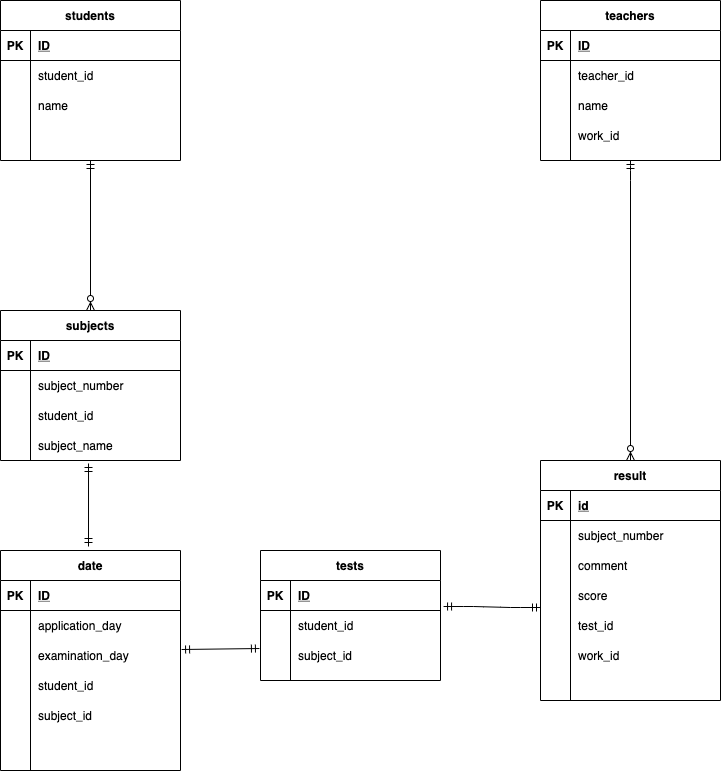
Above: index.drawio.png in mkiim/ERD (draw.io), before the change. Source tidied: cells renumbered, new cells last; positions are measured from the earlier drawing's top-left corner, leaving out a move shared by most shapes.
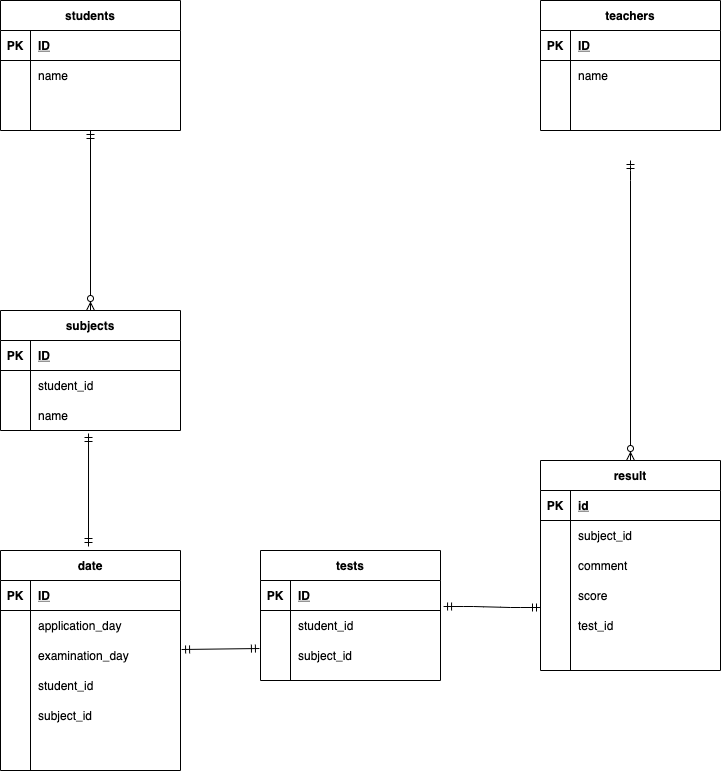
Later version of the same file.

What changed in the source:
```diff
@@ -3,7 +3,7 @@
     <mxCell id="0" />
     <mxCell id="1" parent="0" />
     <mxCell id="2" value="students" style="shape=table;startSize=30;rowLines=0;fontStyle=1;align=center;" parent="1" vertex="1">
-      <mxGeometry width="180" height="160" as="geometry" />
+      <mxGeometry width="180" height="130" as="geometry" />
     </mxCell>
     <mxCell id="3" style="shape=partialRectangle;fillColor=none;top=0;left=0;bottom=1;right=0;" parent="2" vertex="1">
       <mxGeometry y="30" width="180" height="30" as="geometry" />
@@ -14,17 +14,8 @@
     <mxCell id="5" value="ID" style="shape=partialRectangle;fillColor=none;top=0;left=0;bottom=0;right=0;align=left;spacingLeft=6;fontStyle=5;overflow=hidden;" parent="3" vertex="1">
       <mxGeometry x="30" width="150" height="30" as="geometry" />
     </mxCell>
-    <mxCell id="6" style="shape=partialRectangle;fillColor=none;top=0;left=0;bottom=0;right=0;" parent="2" vertex="1">
-      <mxGeometry y="60" width="180" height="30" as="geometry" />
-    </mxCell>
-    <mxCell id="7" style="shape=partialRectangle;fillColor=none;top=0;left=0;bottom=0;right=0;overflow=hidden;" parent="6" vertex="1">
-      <mxGeometry width="30" height="30" as="geometry" />
-    </mxCell>
-    <mxCell id="8" value="student_id" style="shape=partialRectangle;fillColor=none;top=0;left=0;bottom=0;right=0;align=left;spacingLeft=6;overflow=hidden;" parent="6" vertex="1">
-      <mxGeometry x="30" width="150" height="30" as="geometry" />
-    </mxCell>
     <mxCell id="9" style="shape=partialRectangle;fillColor=none;top=0;left=0;bottom=0;right=0;" parent="2" vertex="1">
-      <mxGeometry y="90" width="180" height="30" as="geometry" />
+      <mxGeometry y="60" width="180" height="30" as="geometry" />
     </mxCell>
     <mxCell id="10" style="shape=partialRectangle;fillColor=none;top=0;left=0;bottom=0;right=0;overflow=hidden;" parent="9" vertex="1">
       <mxGeometry width="30" height="30" as="geometry" />
@@ -33,7 +24,7 @@
       <mxGeometry x="30" width="150" height="30" as="geometry" />
     </mxCell>
     <mxCell id="12" style="shape=partialRectangle;fillColor=none;top=0;left=0;bottom=0;right=0;" parent="2" vertex="1">
-      <mxGeometry y="120" width="180" height="30" as="geometry" />
+      <mxGeometry y="90" width="180" height="30" as="geometry" />
     </mxCell>
     <mxCell id="13" style="shape=partialRectangle;fillColor=none;top=0;left=0;bottom=0;right=0;overflow=hidden;" parent="12" vertex="1">
       <mxGeometry width="30" height="30" as="geometry" />
@@ -42,7 +33,7 @@
       <mxGeometry x="30" width="150" height="30" as="geometry" />
     </mxCell>
     <mxCell id="15" value="teachers" style="shape=table;startSize=30;rowLines=0;fontStyle=1;align=center;" parent="1" vertex="1">
-      <mxGeometry x="540" width="180" height="160" as="geometry" />
+      <mxGeometry x="540" width="180" height="130" as="geometry" />
     </mxCell>
     <mxCell id="16" style="shape=partialRectangle;fillColor=none;top=0;left=0;bottom=1;right=0;" parent="15" vertex="1">
       <mxGeometry y="30" width="180" height="30" as="geometry" />
@@ -53,17 +44,8 @@
     <mxCell id="18" value="ID" style="shape=partialRectangle;fillColor=none;top=0;left=0;bottom=0;right=0;align=left;spacingLeft=6;fontStyle=5;overflow=hidden;" parent="16" vertex="1">
       <mxGeometry x="30" width="150" height="30" as="geometry" />
     </mxCell>
-    <mxCell id="19" style="shape=partialRectangle;fillColor=none;top=0;left=0;bottom=0;right=0;" parent="15" vertex="1">
-      <mxGeometry y="60" width="180" height="30" as="geometry" />
-    </mxCell>
-    <mxCell id="20" style="shape=partialRectangle;fillColor=none;top=0;left=0;bottom=0;right=0;overflow=hidden;" parent="19" vertex="1">
-      <mxGeometry width="30" height="30" as="geometry" />
-    </mxCell>
-    <mxCell id="21" value="teacher_id" style="shape=partialRectangle;fillColor=none;top=0;left=0;bottom=0;right=0;align=left;spacingLeft=6;overflow=hidden;" parent="19" vertex="1">
-      <mxGeometry x="30" width="150" height="30" as="geometry" />
-    </mxCell>
     <mxCell id="22" style="shape=partialRectangle;fillColor=none;top=0;left=0;bottom=0;right=0;" parent="15" vertex="1">
-      <mxGeometry y="90" width="180" height="30" as="geometry" />
+      <mxGeometry y="60" width="180" height="30" as="geometry" />
     </mxCell>
     <mxCell id="23" style="shape=partialRectangle;fillColor=none;top=0;left=0;bottom=0;right=0;overflow=hidden;" parent="22" vertex="1">
       <mxGeometry width="30" height="30" as="geometry" />
@@ -72,16 +54,16 @@
       <mxGeometry x="30" width="150" height="30" as="geometry" />
     </mxCell>
     <mxCell id="25" style="shape=partialRectangle;fillColor=none;top=0;left=0;bottom=0;right=0;" parent="15" vertex="1">
-      <mxGeometry y="120" width="180" height="30" as="geometry" />
+      <mxGeometry y="90" width="180" height="30" as="geometry" />
     </mxCell>
     <mxCell id="26" style="shape=partialRectangle;fillColor=none;top=0;left=0;bottom=0;right=0;overflow=hidden;" parent="25" vertex="1">
       <mxGeometry width="30" height="30" as="geometry" />
     </mxCell>
-    <mxCell id="27" value="work_id" style="shape=partialRectangle;fillColor=none;top=0;left=0;bottom=0;right=0;align=left;spacingLeft=6;overflow=hidden;" parent="25" vertex="1">
+    <mxCell id="27" style="shape=partialRectangle;fillColor=none;top=0;left=0;bottom=0;right=0;align=left;spacingLeft=6;overflow=hidden;" parent="25" vertex="1">
       <mxGeometry x="30" width="150" height="30" as="geometry" />
     </mxCell>
     <mxCell id="28" value="result" style="shape=table;startSize=30;rowLines=0;fontStyle=1;align=center;" parent="1" vertex="1">
-      <mxGeometry x="540" y="460" width="180" height="240" as="geometry" />
+      <mxGeometry x="540" y="460" width="180" height="210" as="geometry" />
     </mxCell>
     <mxCell id="29" style="shape=partialRectangle;fillColor=none;top=0;left=0;bottom=1;right=0;" parent="28" vertex="1">
       <mxGeometry y="30" width="180" height="30" as="geometry" />
@@ -98,7 +80,7 @@
     <mxCell id="33" style="shape=partialRectangle;fillColor=none;top=0;left=0;bottom=0;right=0;overflow=hidden;" parent="32" vertex="1">
       <mxGeometry width="30" height="30" as="geometry" />
     </mxCell>
-    <mxCell id="34" value="subject_number" style="shape=partialRectangle;fillColor=none;top=0;left=0;bottom=0;right=0;align=left;spacingLeft=6;overflow=hidden;" parent="32" vertex="1">
+    <mxCell id="34" value="subject_id" style="shape=partialRectangle;fillColor=none;top=0;left=0;bottom=0;right=0;align=left;spacingLeft=6;overflow=hidden;" parent="32" vertex="1">
       <mxGeometry x="30" width="150" height="30" as="geometry" />
     </mxCell>
     <mxCell id="35" style="shape=partialRectangle;fillColor=none;top=0;left=0;bottom=0;right=0;" parent="28" vertex="1">
@@ -128,17 +110,8 @@
     <mxCell id="43" value="test_id" style="shape=partialRectangle;fillColor=none;top=0;left=0;bottom=0;right=0;align=left;spacingLeft=6;overflow=hidden;" parent="41" vertex="1">
       <mxGeometry x="30" width="150" height="30" as="geometry" />
     </mxCell>
-    <mxCell id="44" style="shape=partialRectangle;fillColor=none;top=0;left=0;bottom=0;right=0;" parent="28" vertex="1">
-      <mxGeometry y="180" width="180" height="30" as="geometry" />
-    </mxCell>
-    <mxCell id="45" style="shape=partialRectangle;fillColor=none;top=0;left=0;bottom=0;right=0;overflow=hidden;" parent="44" vertex="1">
-      <mxGeometry width="30" height="30" as="geometry" />
-    </mxCell>
-    <mxCell id="46" value="work_id" style="shape=partialRectangle;fillColor=none;top=0;left=0;bottom=0;right=0;align=left;spacingLeft=6;overflow=hidden;" parent="44" vertex="1">
-      <mxGeometry x="30" width="150" height="30" as="geometry" />
-    </mxCell>
     <mxCell id="47" value="subjects" style="shape=table;startSize=30;rowLines=0;fontStyle=1;align=center;" parent="1" vertex="1">
-      <mxGeometry y="310" width="180" height="150" as="geometry" />
+      <mxGeometry y="310" width="180" height="120" as="geometry" />
     </mxCell>
     <mxCell id="48" style="shape=partialRectangle;fillColor=none;top=0;left=0;bottom=1;right=0;" parent="47" vertex="1">
       <mxGeometry y="30" width="180" height="30" as="geometry" />
@@ -149,17 +122,8 @@
     <mxCell id="50" value="ID" style="shape=partialRectangle;fillColor=none;top=0;left=0;bottom=0;right=0;align=left;spacingLeft=6;fontStyle=5;overflow=hidden;" parent="48" vertex="1">
       <mxGeometry x="30" width="150" height="30" as="geometry" />
     </mxCell>
-    <mxCell id="51" style="shape=partialRectangle;fillColor=none;top=0;left=0;bottom=0;right=0;" parent="47" vertex="1">
-      <mxGeometry y="60" width="180" height="30" as="geometry" />
-    </mxCell>
-    <mxCell id="52" style="shape=partialRectangle;fillColor=none;top=0;left=0;bottom=0;right=0;overflow=hidden;" parent="51" vertex="1">
-      <mxGeometry width="30" height="30" as="geometry" />
-    </mxCell>
-    <mxCell id="53" value="subject_number" style="shape=partialRectangle;fillColor=none;top=0;left=0;bottom=0;right=0;align=left;spacingLeft=6;overflow=hidden;fontStyle=0;" parent="51" vertex="1">
-      <mxGeometry x="30" width="150" height="30" as="geometry" />
-    </mxCell>
     <mxCell id="54" style="shape=partialRectangle;fillColor=none;top=0;left=0;bottom=0;right=0;" parent="47" vertex="1">
-      <mxGeometry y="90" width="180" height="30" as="geometry" />
+      <mxGeometry y="60" width="180" height="30" as="geometry" />
     </mxCell>
     <mxCell id="55" style="shape=partialRectangle;fillColor=none;top=0;left=0;bottom=0;right=0;overflow=hidden;" parent="54" vertex="1">
       <mxGeometry width="30" height="30" as="geometry" />
@@ -168,12 +132,12 @@
       <mxGeometry x="30" width="150" height="30" as="geometry" />
     </mxCell>
     <mxCell id="57" style="shape=partialRectangle;fillColor=none;top=0;left=0;bottom=0;right=0;points=[[0,0.5],[1,0.5]];portConstraint=eastwest;" parent="47" vertex="1">
-      <mxGeometry y="120" width="180" height="30" as="geometry" />
+      <mxGeometry y="90" width="180" height="30" as="geometry" />
     </mxCell>
     <mxCell id="58" style="shape=partialRectangle;fillColor=none;top=0;left=0;bottom=0;right=0;overflow=hidden;" parent="57" vertex="1">
       <mxGeometry width="30" height="30" as="geometry" />
     </mxCell>
-    <mxCell id="59" value="subject_name" style="shape=partialRectangle;fillColor=none;top=0;left=0;bottom=0;right=0;align=left;spacingLeft=6;overflow=hidden;" parent="57" vertex="1">
+    <mxCell id="59" value="name" style="shape=partialRectangle;fillColor=none;top=0;left=0;bottom=0;right=0;align=left;spacingLeft=6;overflow=hidden;" parent="57" vertex="1">
       <mxGeometry x="30" width="150" height="30" as="geometry" />
     </mxCell>
     <mxCell id="60" style="fontSize=12;html=1;endArrow=ERzeroToMany;startArrow=ERmandOne;exitX=0.5;exitY=1;exitDx=0;exitDy=0;entryX=0.5;entryY=0;entryDx=0;entryDy=0;" parent="1" edge="1" source="2" target="47">
```
